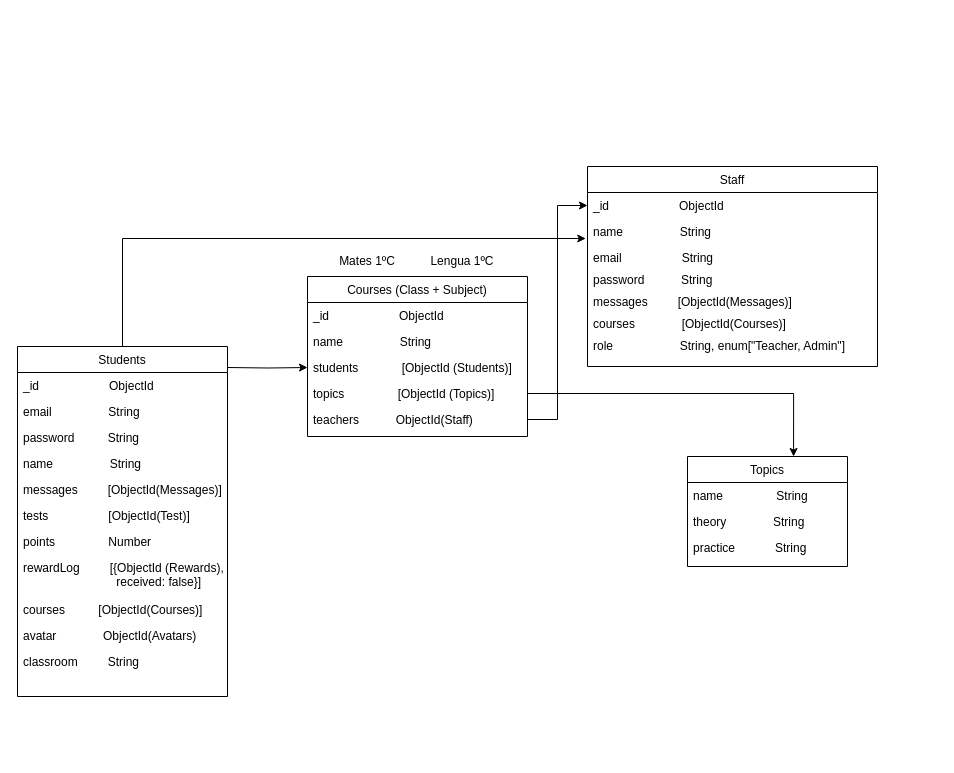
Before: page "MVP1 - Iteración 1" (1 of 3) of Untitled Diagram.drawio in adrian-diez/Funification, a draw.io diagram. Source tidied: cells renumbered, new cells numbered last; positions are measured from the earlier drawing's top-left corner, leaving out a move shared by most shapes. Both pictures are drawn from the tidied source at 100%, with x=0, y=0 at pixel (17, 166).
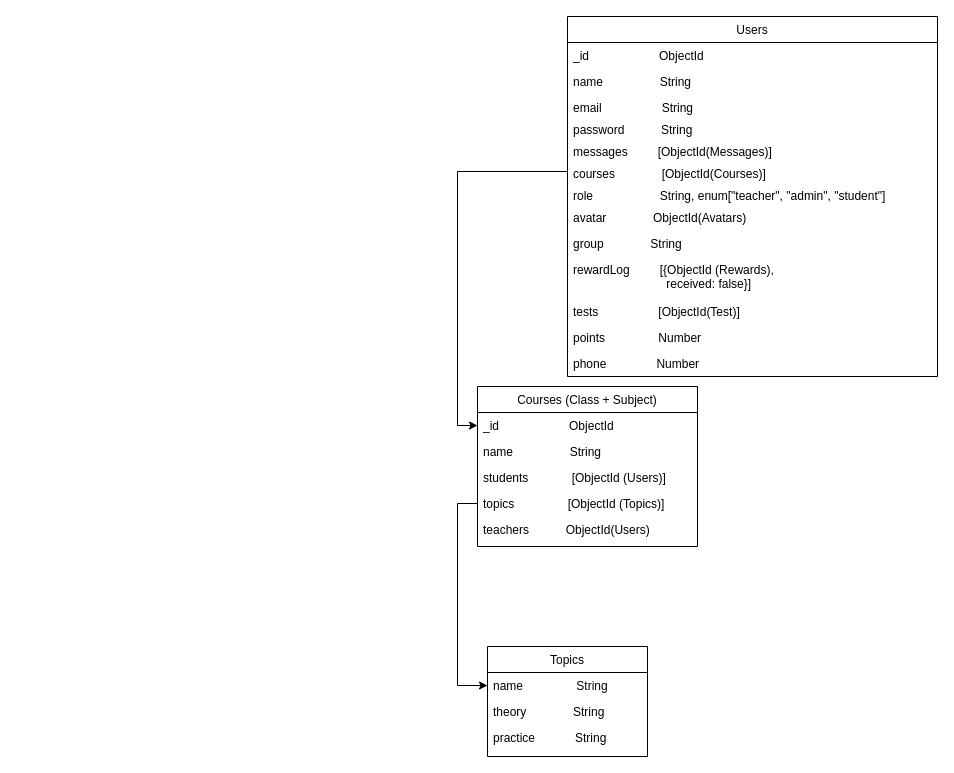
Above is the later version.

The change refers to these unchanged cells:
```xml
<mxCell id="24" value="_id                     ObjectId" style="text;align=left;verticalAlign=top;spacingLeft=4;spacingRight=4;overflow=hidden;points=[[0,0.5],[1,0.5]];portConstraint=eastwest;" parent="23" vertex="1">
  <mxGeometry y="26" width="220" height="26" as="geometry" />
</mxCell>
<mxCell id="27" value="topics                [ObjectId (Topics)]" style="text;align=left;verticalAlign=top;spacingLeft=4;spacingRight=4;overflow=hidden;points=[[0,0.5],[1,0.5]];portConstraint=eastwest;rounded=0;shadow=0;html=0;" parent="23" vertex="1">
  <mxGeometry y="104" width="220" height="26" as="geometry" />
</mxCell>
<mxCell id="30" value="name                String" style="text;align=left;verticalAlign=top;spacingLeft=4;spacingRight=4;overflow=hidden;points=[[0,0.5],[1,0.5]];portConstraint=eastwest;" parent="29" vertex="1">
  <mxGeometry y="26" width="160" height="26" as="geometry" />
</mxCell>
```

Diff of the diagram source:
```diff
@@
-    <mxCell id="2" style="edgeStyle=orthogonalEdgeStyle;rounded=0;jettySize=auto;html=1;entryX=-0.006;entryY=0.769;entryDx=0;entryDy=0;entryPerimeter=0;" parent="1" edge="1" source="3" target="17">
-      <mxGeometry relative="1" as="geometry" />
-    </mxCell>
-    <mxCell id="3" value="Students" style="swimlane;fontStyle=0;align=center;verticalAlign=top;horizontal=1;startSize=26;rounded=0;shadow=0;strokeWidth=1;" parent="1" vertex="1">
-      <mxGeometry y="180" width="210" height="350" as="geometry" />
-    </mxCell>
-    <mxCell id="4" value="_id                     ObjectId" style="text;align=left;verticalAlign=top;spacingLeft=4;spacingRight=4;overflow=hidden;" parent="3" vertex="1">
-      <mxGeometry y="26" width="210" height="26" as="geometry" />
-    </mxCell>
-    <mxCell id="5" value="email                 String" style="text;align=left;verticalAlign=top;spacingLeft=4;spacingRight=4;overflow=hidden;rounded=0;shadow=0;html=0;" parent="3" vertex="1">
-      <mxGeometry y="52" width="210" height="26" as="geometry" />
-    </mxCell>
-    <mxCell id="6" value="password          String" style="text;align=left;verticalAlign=top;spacingLeft=4;spacingRight=4;overflow=hidden;rounded=0;shadow=0;html=0;" parent="3" vertex="1">
-      <mxGeometry y="78" width="210" height="26" as="geometry" />
-    </mxCell>
-    <mxCell id="7" value="name                 String" style="text;align=left;verticalAlign=top;spacingLeft=4;spacingRight=4;overflow=hidden;rounded=0;shadow=0;html=0;" parent="3" vertex="1">
-      <mxGeometry y="104" width="210" height="26" as="geometry" />
-    </mxCell>
-    <mxCell id="8" value="messages         [ObjectId(Messages)]" style="text;align=left;verticalAlign=top;spacingLeft=4;spacingRight=4;overflow=hidden;rounded=0;shadow=0;html=0;" parent="3" vertex="1">
-      <mxGeometry y="130" width="210" height="26" as="geometry" />
-    </mxCell>
-    <mxCell id="9" value="tests                  [ObjectId(Test)]" style="text;align=left;verticalAlign=top;spacingLeft=4;spacingRight=4;overflow=hidden;rounded=0;shadow=0;html=0;" parent="3" vertex="1">
-      <mxGeometry y="156" width="210" height="26" as="geometry" />
-    </mxCell>
-    <mxCell id="10" value="points                Number" style="text;align=left;verticalAlign=top;spacingLeft=4;spacingRight=4;overflow=hidden;rounded=0;shadow=0;html=0;" parent="3" vertex="1">
-      <mxGeometry y="182" width="210" height="26" as="geometry" />
-    </mxCell>
-    <mxCell id="11" value="rewardLog         [{ObjectId (Rewards),&#10;                            received: false}]" style="text;align=left;verticalAlign=top;spacingLeft=4;spacingRight=4;overflow=hidden;rounded=0;shadow=0;html=0;" parent="3" vertex="1">
-      <mxGeometry y="208" width="210" height="42" as="geometry" />
-    </mxCell>
-    <mxCell id="12" value="courses          [ObjectId(Courses)]" style="text;align=left;verticalAlign=top;spacingLeft=4;spacingRight=4;overflow=hidden;rounded=0;shadow=0;html=0;" parent="3" vertex="1">
-      <mxGeometry y="250" width="210" height="26" as="geometry" />
-    </mxCell>
-    <mxCell id="13" value="avatar              ObjectId(Avatars)" style="text;align=left;verticalAlign=top;spacingLeft=4;spacingRight=4;overflow=hidden;rounded=0;shadow=0;html=0;" parent="3" vertex="1">
-      <mxGeometry y="276" width="210" height="26" as="geometry" />
-    </mxCell>
-    <mxCell id="14" value="classroom         String" style="text;align=left;verticalAlign=top;spacingLeft=4;spacingRight=4;overflow=hidden;rounded=0;shadow=0;html=0;" parent="3" vertex="1">
-      <mxGeometry y="302" width="210" height="26" as="geometry" />
-    </mxCell>
-    <mxCell id="15" value="Staff" style="swimlane;fontStyle=0;align=center;verticalAlign=top;horizontal=1;startSize=26;rounded=0;shadow=0;strokeWidth=1;" parent="1" vertex="1">
-      <mxGeometry x="570" width="290" height="200" as="geometry" />
+    <mxCell id="15" value="Users" style="swimlane;fontStyle=0;align=center;verticalAlign=top;horizontal=1;startSize=26;rounded=0;shadow=0;strokeWidth=1;" parent="1" vertex="1">
+      <mxGeometry x="550" y="-150" width="370" height="360" as="geometry" />
     </mxCell>
     <mxCell id="16" value="_id                     ObjectId" style="text;align=left;verticalAlign=top;spacingLeft=4;spacingRight=4;overflow=hidden;points=[[0,0.5],[1,0.5]];portConstraint=eastwest;" parent="15" vertex="1">
-      <mxGeometry y="26" width="290" height="26" as="geometry" />
+      <mxGeometry y="26" width="370" height="26" as="geometry" />
     </mxCell>
     <mxCell id="17" value="name                 String" style="text;align=left;verticalAlign=top;spacingLeft=4;spacingRight=4;overflow=hidden;points=[[0,0.5],[1,0.5]];portConstraint=eastwest;rounded=0;shadow=0;html=0;" parent="15" vertex="1">
-      <mxGeometry y="52" width="290" height="26" as="geometry" />
+      <mxGeometry y="52" width="370" height="26" as="geometry" />
     </mxCell>
     <mxCell id="18" value="email                  String" style="text;align=left;verticalAlign=top;spacingLeft=4;spacingRight=4;overflow=hidden;rounded=0;shadow=0;html=0;" parent="15" vertex="1">
-      <mxGeometry y="78" width="290" height="22" as="geometry" />
+      <mxGeometry y="78" width="370" height="22" as="geometry" />
     </mxCell>
     <mxCell id="19" value="password           String" style="text;align=left;verticalAlign=top;spacingLeft=4;spacingRight=4;overflow=hidden;rounded=0;shadow=0;html=0;" parent="15" vertex="1">
-      <mxGeometry y="100" width="290" height="22" as="geometry" />
+      <mxGeometry y="100" width="370" height="22" as="geometry" />
     </mxCell>
     <mxCell id="20" value="messages         [ObjectId(Messages)]" style="text;align=left;verticalAlign=top;spacingLeft=4;spacingRight=4;overflow=hidden;rounded=0;shadow=0;html=0;" parent="15" vertex="1">
-      <mxGeometry y="122" width="290" height="22" as="geometry" />
+      <mxGeometry y="122" width="370" height="22" as="geometry" />
     </mxCell>
     <mxCell id="21" value="courses              [ObjectId(Courses)]" style="text;align=left;verticalAlign=top;spacingLeft=4;spacingRight=4;overflow=hidden;points=[[0,0.5],[1,0.5]];portConstraint=eastwest;rounded=0;shadow=0;html=0;" parent="15" vertex="1">
-      <mxGeometry y="144" width="290" height="22" as="geometry" />
+      <mxGeometry y="144" width="370" height="22" as="geometry" />
     </mxCell>
-    <mxCell id="22" value="role                    String, enum[&quot;Teacher, Admin&quot;]" style="text;align=left;verticalAlign=top;spacingLeft=4;spacingRight=4;overflow=hidden;rounded=0;shadow=0;html=0;" parent="15" vertex="1">
-      <mxGeometry y="166" width="290" height="22" as="geometry" />
+    <mxCell id="22" value="role                    String, enum[&quot;teacher&quot;, &quot;admin&quot;, &quot;student&quot;]" style="text;align=left;verticalAlign=top;spacingLeft=4;spacingRight=4;overflow=hidden;rounded=0;shadow=0;html=0;" parent="15" vertex="1">
+      <mxGeometry y="166" width="370" height="22" as="geometry" />
     </mxCell>
+    <mxCell id="13" value="avatar              ObjectId(Avatars)" style="text;align=left;verticalAlign=top;spacingLeft=4;spacingRight=4;overflow=hidden;rounded=0;shadow=0;html=0;" parent="15" vertex="1">
+      <mxGeometry y="188" width="370" height="26" as="geometry" />
+    </mxCell>
+    <mxCell id="14" value="group              String" style="text;align=left;verticalAlign=top;spacingLeft=4;spacingRight=4;overflow=hidden;rounded=0;shadow=0;html=0;" parent="15" vertex="1">
+      <mxGeometry y="214" width="370" height="26" as="geometry" />
+    </mxCell>
+    <mxCell id="11" value="rewardLog         [{ObjectId (Rewards),&#10;                            received: false}]" style="text;align=left;verticalAlign=top;spacingLeft=4;spacingRight=4;overflow=hidden;rounded=0;shadow=0;html=0;" parent="15" vertex="1">
+      <mxGeometry y="240" width="370" height="42" as="geometry" />
+    </mxCell>
+    <mxCell id="9" value="tests                  [ObjectId(Test)]" style="text;align=left;verticalAlign=top;spacingLeft=4;spacingRight=4;overflow=hidden;rounded=0;shadow=0;html=0;" parent="15" vertex="1">
+      <mxGeometry y="282" width="370" height="26" as="geometry" />
+    </mxCell>
+    <mxCell id="10" value="points                Number" style="text;align=left;verticalAlign=top;spacingLeft=4;spacingRight=4;overflow=hidden;rounded=0;shadow=0;html=0;" parent="15" vertex="1">
+      <mxGeometry y="308" width="370" height="26" as="geometry" />
+    </mxCell>
+    <mxCell id="38" value="phone               Number" style="text;align=left;verticalAlign=top;spacingLeft=4;spacingRight=4;overflow=hidden;rounded=0;shadow=0;html=0;" parent="15" vertex="1">
+      <mxGeometry y="334" width="370" height="26" as="geometry" />
+    </mxCell>
     <mxCell id="23" value="Courses (Class + Subject)" style="swimlane;fontStyle=0;align=center;verticalAlign=top;horizontal=1;startSize=26;rounded=0;shadow=0;strokeWidth=1;" parent="1" vertex="1">
-      <mxGeometry x="290" y="110" width="220" height="160" as="geometry" />
+      <mxGeometry x="460" y="220" width="220" height="160" as="geometry" />
     </mxCell>
@@
-    <mxCell id="26" value="students             [ObjectId (Students)]" style="text;align=left;verticalAlign=top;spacingLeft=4;spacingRight=4;overflow=hidden;points=[[0,0.5],[1,0.5]];portConstraint=eastwest;rounded=0;shadow=0;html=0;" parent="23" vertex="1">
+    <mxCell id="26" value="students             [ObjectId (Users)]" style="text;align=left;verticalAlign=top;spacingLeft=4;spacingRight=4;overflow=hidden;points=[[0,0.5],[1,0.5]];portConstraint=eastwest;rounded=0;shadow=0;html=0;" parent="23" vertex="1">
       <mxGeometry y="78" width="220" height="26" as="geometry" />
     </mxCell>
@@
-    <mxCell id="28" value="teachers           ObjectId(Staff)" style="text;align=left;verticalAlign=top;spacingLeft=4;spacingRight=4;overflow=hidden;points=[[0,0.5],[1,0.5]];portConstraint=eastwest;rounded=0;shadow=0;html=0;" parent="23" vertex="1">
+    <mxCell id="28" value="teachers           ObjectId(Users)" style="text;align=left;verticalAlign=top;spacingLeft=4;spacingRight=4;overflow=hidden;points=[[0,0.5],[1,0.5]];portConstraint=eastwest;rounded=0;shadow=0;html=0;" parent="23" vertex="1">
       <mxGeometry y="130" width="220" height="26" as="geometry" />
     </mxCell>
     <mxCell id="29" value="Topics" style="swimlane;fontStyle=0;align=center;verticalAlign=top;horizontal=1;startSize=26;rounded=0;shadow=0;strokeWidth=1;" parent="1" vertex="1">
-      <mxGeometry x="670" y="290" width="160" height="110" as="geometry" />
+      <mxGeometry x="470" y="480" width="160" height="110" as="geometry" />
     </mxCell>
@@
-    <mxCell id="33" style="edgeStyle=orthogonalEdgeStyle;rounded=0;jettySize=auto;html=1;entryX=0;entryY=0.5;entryDx=0;entryDy=0;" parent="1" edge="1" target="26">
-      <mxGeometry relative="1" as="geometry">
-        <mxPoint x="210" y="201" as="sourcePoint" />
-      </mxGeometry>
-    </mxCell>
-    <mxCell id="34" value="Mates 1ºC" style="text;html=1;strokeColor=none;fillColor=none;align=center;verticalAlign=middle;whiteSpace=wrap;rounded=0;" parent="1" vertex="1">
-      <mxGeometry x="320" y="80" width="60" height="30" as="geometry" />
-    </mxCell>
-    <mxCell id="35" value="Lengua 1ºC" style="text;html=1;strokeColor=none;fillColor=none;align=center;verticalAlign=middle;whiteSpace=wrap;rounded=0;" parent="1" vertex="1">
-      <mxGeometry x="410" y="80" width="70" height="30" as="geometry" />
-    </mxCell>
-    <mxCell id="36" style="edgeStyle=orthogonalEdgeStyle;rounded=0;jettySize=auto;html=1;entryX=0;entryY=0.5;entryDx=0;entryDy=0;" parent="1" edge="1" source="28" target="16">
-      <mxGeometry relative="1" as="geometry" />
-    </mxCell>
-    <mxCell id="37" style="edgeStyle=orthogonalEdgeStyle;rounded=0;jettySize=auto;html=1;entryX=0.663;entryY=0;entryDx=0;entryDy=0;entryPerimeter=0;" parent="1" edge="1" source="27" target="29">
-      <mxGeometry relative="1" as="geometry" />
+    <mxCell id="37" style="edgeStyle=orthogonalEdgeStyle;rounded=0;jettySize=auto;html=1;entryX=0;entryY=0.5;entryDx=0;entryDy=0;" parent="1" edge="1" source="27" target="30">
+      <mxGeometry relative="1" as="geometry">
+        <Array as="points">
+          <mxPoint x="440" y="337" />
+          <mxPoint x="440" y="519" />
+        </Array>
+      </mxGeometry>
     </mxCell>
+    <mxCell id="39" style="edgeStyle=orthogonalEdgeStyle;rounded=0;jettySize=auto;html=1;entryX=0;entryY=0.5;entryDx=0;entryDy=0;" parent="1" edge="1" source="21" target="24">
+      <mxGeometry relative="1" as="geometry" />
+    </mxCell>
```
